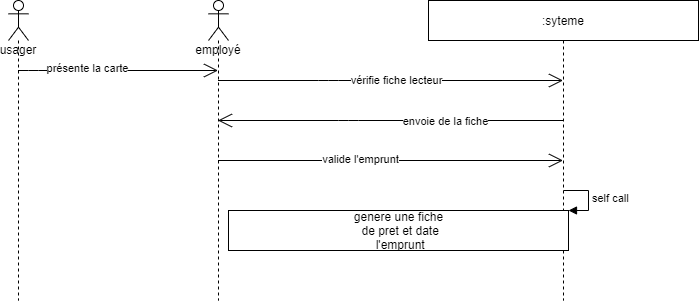
Before: Evaluation mediatheque/diagramme de sequence.png, a diagram exported from draw.io (alnarolekoala/CDA). Source tidied: cells renumbered, new cells last; positions are measured from the earlier drawing's top-left corner, leaving out a move shared by most shapes. Source of this version:
```xml
<mxGraphModel>
  <root>
    <mxCell id="0" />
    <mxCell id="1" parent="0" />
    <mxCell id="2" value="usager" style="shape=umlLifeline;participant=umlActor;perimeter=lifelinePerimeter;whiteSpace=wrap;html=1;verticalAlign=top;spacingTop=36;outlineConnect=0;" parent="1" vertex="1">
      <mxGeometry width="20" height="300" as="geometry" />
    </mxCell>
    <mxCell id="3" value="employé" style="shape=umlLifeline;participant=umlActor;perimeter=lifelinePerimeter;whiteSpace=wrap;html=1;verticalAlign=top;spacingTop=36;outlineConnect=0;" parent="1" vertex="1">
      <mxGeometry x="200" width="20" height="300" as="geometry" />
    </mxCell>
    <mxCell id="4" value=":syteme" style="shape=umlLifeline;perimeter=lifelinePerimeter;whiteSpace=wrap;html=1;outlineConnect=0;" parent="1" vertex="1">
      <mxGeometry x="420" width="270" height="300" as="geometry" />
    </mxCell>
    <mxCell id="5" value="genere une fiche&lt;br&gt;&amp;nbsp;de pret et date&lt;br&gt;&amp;nbsp;l'emprunt" style="html=1;points=[];perimeter=orthogonalPerimeter;" parent="4" vertex="1">
      <mxGeometry x="-200" y="210" width="340" height="40" as="geometry" />
    </mxCell>
    <mxCell id="6" value="self call" style="edgeStyle=orthogonalEdgeStyle;html=1;align=left;spacingLeft=2;endArrow=block;rounded=0;entryX=1;entryY=0;" parent="4" edge="1" target="5">
      <mxGeometry relative="1" as="geometry">
        <mxPoint x="135" y="190" as="sourcePoint" />
        <Array as="points">
          <mxPoint x="160" y="190" />
        </Array>
      </mxGeometry>
    </mxCell>
    <mxCell id="7" style="endArrow=open;endFill=1;endSize=12;html=1;" parent="1" edge="1" source="2" target="3">
      <mxGeometry relative="1" as="geometry">
        <Array as="points">
          <mxPoint x="30" y="70" />
        </Array>
      </mxGeometry>
    </mxCell>
    <mxCell id="8" value="présente la carte" style="edgeLabel;html=1;align=center;verticalAlign=middle;" parent="7" vertex="1">
      <mxGeometry x="-0.32" y="3" relative="1" as="geometry" />
    </mxCell>
    <mxCell id="9" style="endArrow=open;endFill=1;endSize=12;html=1;" parent="1" edge="1" source="3" target="4">
      <mxGeometry relative="1" as="geometry">
        <Array as="points">
          <mxPoint x="320" y="80" />
        </Array>
      </mxGeometry>
    </mxCell>
    <mxCell id="10" value="vérifie fiche lecteur" style="edgeLabel;html=1;align=center;verticalAlign=middle;" parent="9" vertex="1">
      <mxGeometry x="0.03" y="1" relative="1" as="geometry">
        <mxPoint x="1" as="offset" />
      </mxGeometry>
    </mxCell>
    <mxCell id="11" style="endArrow=open;endFill=1;endSize=12;html=1;" parent="1" edge="1" source="4" target="3">
      <mxGeometry relative="1" as="geometry">
        <Array as="points">
          <mxPoint x="340" y="120" />
        </Array>
      </mxGeometry>
    </mxCell>
    <mxCell id="12" value="envoie de la fiche" style="edgeLabel;html=1;align=center;verticalAlign=middle;" parent="11" vertex="1">
      <mxGeometry x="-0.31" relative="1" as="geometry">
        <mxPoint x="1" as="offset" />
      </mxGeometry>
    </mxCell>
    <mxCell id="13" style="endArrow=open;endFill=1;endSize=12;html=1;" parent="1" edge="1" source="3" target="4">
      <mxGeometry relative="1" as="geometry">
        <Array as="points">
          <mxPoint x="340" y="160" />
        </Array>
      </mxGeometry>
    </mxCell>
    <mxCell id="14" value="valide l'emprunt" style="edgeLabel;html=1;align=center;verticalAlign=middle;" parent="13" vertex="1">
      <mxGeometry x="-0.18" y="2" relative="1" as="geometry">
        <mxPoint x="1" as="offset" />
      </mxGeometry>
    </mxCell>
  </root>
</mxGraphModel>
```
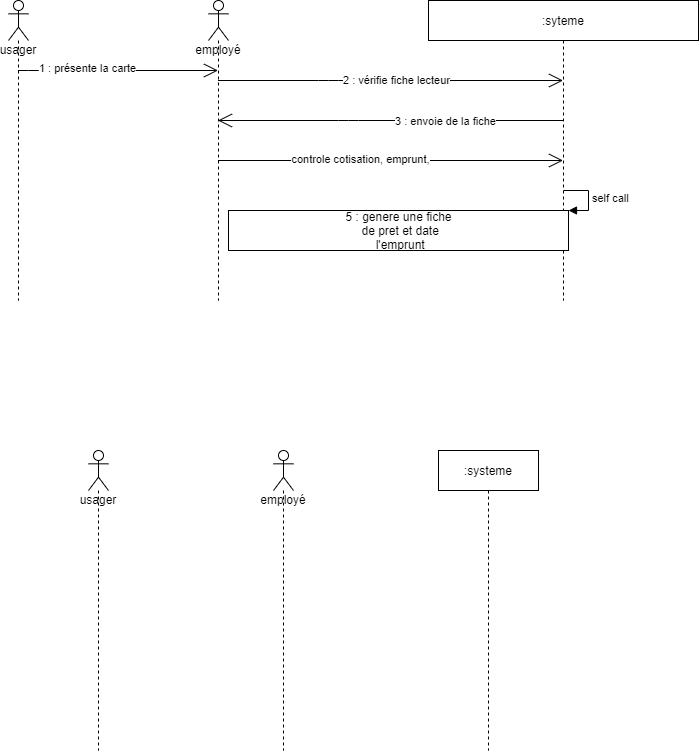
After the commit.

The edit, as a diff of the source:
```diff
@@ -11,7 +11,7 @@
     <mxCell id="4" value=":syteme" style="shape=umlLifeline;perimeter=lifelinePerimeter;whiteSpace=wrap;html=1;outlineConnect=0;" parent="1" vertex="1">
       <mxGeometry x="420" width="270" height="300" as="geometry" />
     </mxCell>
-    <mxCell id="5" value="genere une fiche&lt;br&gt;&amp;nbsp;de pret et date&lt;br&gt;&amp;nbsp;l'emprunt" style="html=1;points=[];perimeter=orthogonalPerimeter;" parent="4" vertex="1">
+    <mxCell id="5" value="5 : genere une fiche&lt;br&gt;&amp;nbsp;de pret et date&lt;br&gt;&amp;nbsp;l'emprunt" style="html=1;points=[];perimeter=orthogonalPerimeter;" parent="4" vertex="1">
       <mxGeometry x="-200" y="210" width="340" height="40" as="geometry" />
     </mxCell>
     <mxCell id="6" value="self call" style="edgeStyle=orthogonalEdgeStyle;html=1;align=left;spacingLeft=2;endArrow=block;rounded=0;entryX=1;entryY=0;" parent="4" edge="1" target="5">
@@ -29,7 +29,7 @@
         </Array>
       </mxGeometry>
     </mxCell>
-    <mxCell id="8" value="présente la carte" style="edgeLabel;html=1;align=center;verticalAlign=middle;" parent="7" vertex="1">
+    <mxCell id="8" value="1 : présente la carte" style="edgeLabel;html=1;align=center;verticalAlign=middle;" parent="7" vertex="1">
       <mxGeometry x="-0.32" y="3" relative="1" as="geometry" />
     </mxCell>
     <mxCell id="9" style="endArrow=open;endFill=1;endSize=12;html=1;" parent="1" edge="1" source="3" target="4">
@@ -39,7 +39,7 @@
         </Array>
       </mxGeometry>
     </mxCell>
-    <mxCell id="10" value="vérifie fiche lecteur" style="edgeLabel;html=1;align=center;verticalAlign=middle;" parent="9" vertex="1">
+    <mxCell id="10" value="2 : vérifie fiche lecteur" style="edgeLabel;html=1;align=center;verticalAlign=middle;" parent="9" vertex="1">
       <mxGeometry x="0.03" y="1" relative="1" as="geometry">
         <mxPoint x="1" as="offset" />
       </mxGeometry>
@@ -51,7 +51,7 @@
         </Array>
       </mxGeometry>
     </mxCell>
-    <mxCell id="12" value="envoie de la fiche" style="edgeLabel;html=1;align=center;verticalAlign=middle;" parent="11" vertex="1">
+    <mxCell id="12" value="3 : envoie de la fiche" style="edgeLabel;html=1;align=center;verticalAlign=middle;" parent="11" vertex="1">
       <mxGeometry x="-0.31" relative="1" as="geometry">
         <mxPoint x="1" as="offset" />
       </mxGeometry>
@@ -63,10 +63,19 @@
         </Array>
       </mxGeometry>
     </mxCell>
-    <mxCell id="14" value="valide l'emprunt" style="edgeLabel;html=1;align=center;verticalAlign=middle;" parent="13" vertex="1">
+    <mxCell id="14" value="controle cotisation, emprunt," style="edgeLabel;html=1;align=center;verticalAlign=middle;" parent="13" vertex="1">
       <mxGeometry x="-0.18" y="2" relative="1" as="geometry">
         <mxPoint x="1" as="offset" />
       </mxGeometry>
     </mxCell>
+    <mxCell id="15" value=":systeme" style="shape=umlLifeline;perimeter=lifelinePerimeter;whiteSpace=wrap;html=1;" parent="1" vertex="1">
+      <mxGeometry x="430" y="450" width="100" height="300" as="geometry" />
+    </mxCell>
+    <mxCell id="16" value="employé" style="shape=umlLifeline;participant=umlActor;perimeter=lifelinePerimeter;whiteSpace=wrap;html=1;verticalAlign=top;spacingTop=36;" parent="1" vertex="1">
+      <mxGeometry x="265" y="450" width="20" height="300" as="geometry" />
+    </mxCell>
+    <mxCell id="17" value="usager" style="shape=umlLifeline;participant=umlActor;perimeter=lifelinePerimeter;whiteSpace=wrap;html=1;verticalAlign=top;spacingTop=36;" parent="1" vertex="1">
+      <mxGeometry x="80" y="450" width="20" height="300" as="geometry" />
+    </mxCell>
   </root>
 </mxGraphModel>
```
